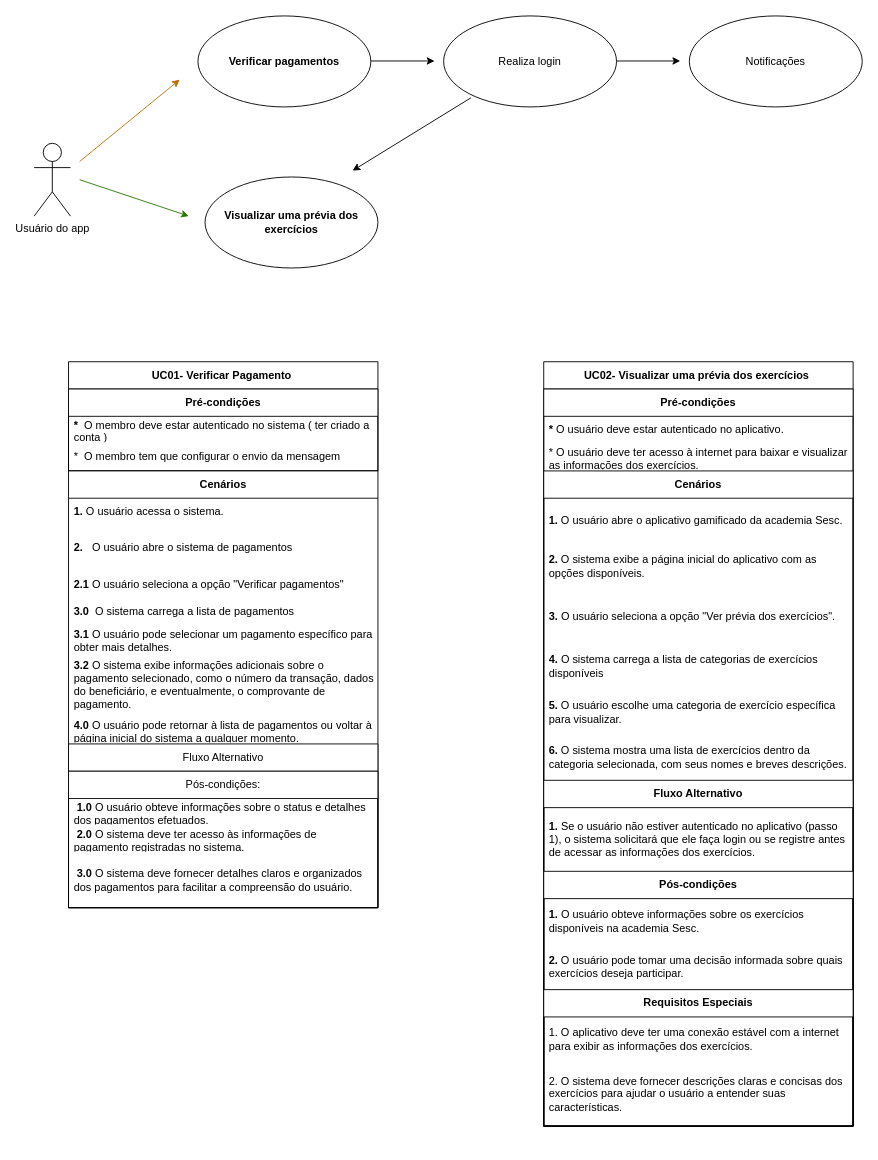
AndyPdN/cadastro_academia keeps this draw.io diagram as Diagrama sem nome.drawio. Above is the earlier version. Source tidied: cells renumbered, new cells numbered last; positions are measured from the earlier drawing's top-left corner, leaving out a move shared by most shapes. Both pictures are drawn from the tidied source at 91%, with x=0, y=0 at pixel (34, 15).
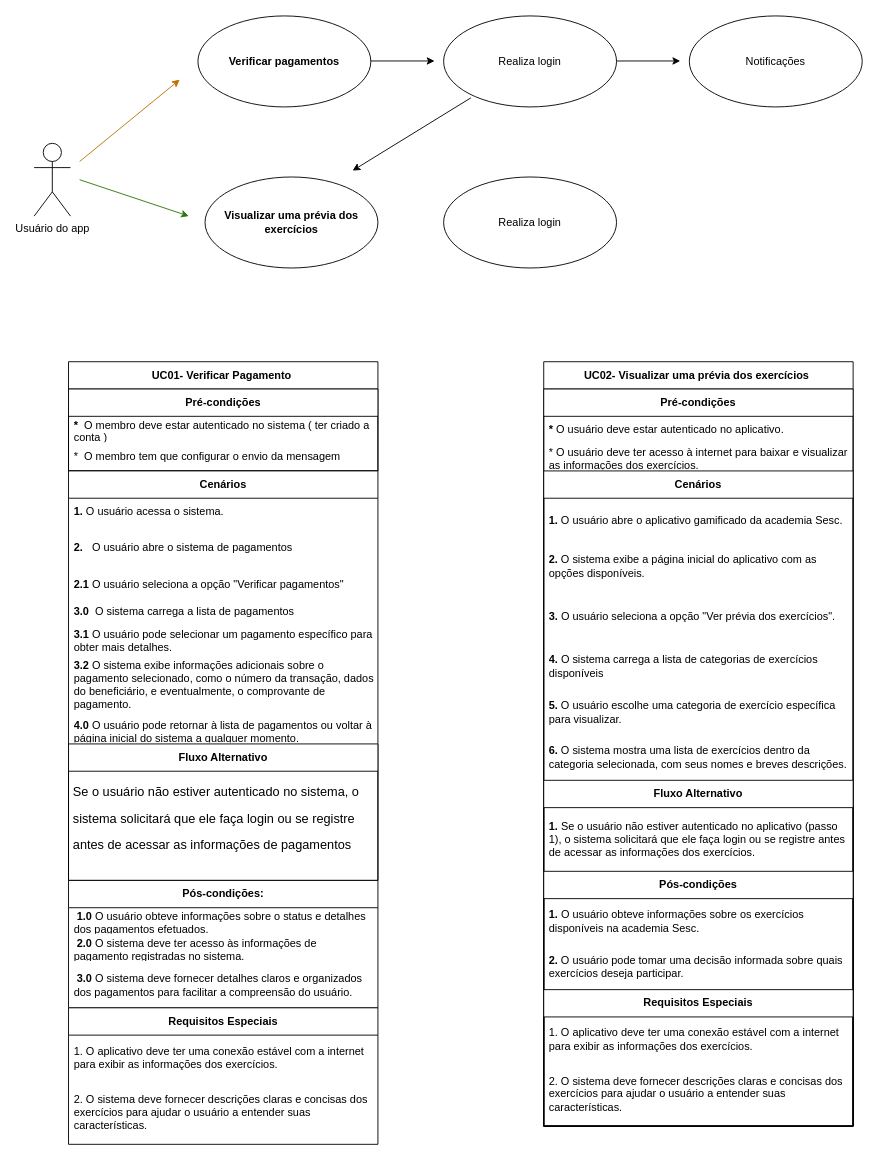
Above is the later version.

What changed in the source:
```diff
@@
     <mxCell id="33" value="&lt;b style=&quot;border-color: var(--border-color); text-align: left;&quot;&gt;Cenários&lt;/b&gt;" style="swimlane;fontStyle=0;horizontal=1;startSize=30;whiteSpace=wrap;html=1;" parent="1" vertex="1">
-      <mxGeometry x="37.8" y="500" width="340" height="480" as="geometry" />
+      <mxGeometry x="37.8" y="500" width="340" height="450" as="geometry" />
     </mxCell>
@@
-    <mxCell id="41" value="Fluxo Alternativo" style="swimlane;fontStyle=0;horizontal=1;startSize=30;whiteSpace=wrap;html=1;" parent="33" vertex="1">
-      <mxGeometry y="300" width="340" height="180" as="geometry" />
+    <mxCell id="41" value="&lt;b&gt;Fluxo Alternativo&lt;/b&gt;" style="swimlane;fontStyle=0;horizontal=1;startSize=30;whiteSpace=wrap;html=1;" parent="33" vertex="1">
+      <mxGeometry y="300" width="340" height="150" as="geometry" />
     </mxCell>
+    <mxCell id="48" value="&lt;h1&gt;&lt;span style=&quot;font-weight: normal;&quot;&gt;&lt;font style=&quot;font-size: 14px;&quot;&gt;Se o usuário não estiver autenticado no sistema, o sistema solicitará que ele faça login ou se registre antes de acessar as informações de pagamentos&lt;/font&gt;&lt;/span&gt;&lt;br&gt;&lt;/h1&gt;" style="text;html=1;strokeColor=none;fillColor=none;spacing=5;spacingTop=-20;whiteSpace=wrap;overflow=hidden;rounded=0;" parent="41" vertex="1">
+      <mxGeometry y="30" width="340" height="120" as="geometry" />
+    </mxCell>
+    <mxCell id="46" value="&lt;b style=&quot;border-color: var(--border-color);&quot;&gt;Visualizar uma prévia dos exercícios&lt;/b&gt;" style="ellipse;whiteSpace=wrap;html=1;" parent="1" vertex="1">
+      <mxGeometry x="187.8" y="177" width="190" height="100" as="geometry" />
+    </mxCell>
+    <mxCell id="47" style="endArrow=classic;html=1;rounded=0;" parent="1" edge="1">
+      <mxGeometry relative="1" as="geometry">
+        <mxPoint x="480" y="90" as="sourcePoint" />
+        <mxPoint x="350" y="170" as="targetPoint" />
+      </mxGeometry>
+    </mxCell>
-    <mxCell id="42" value="Pós-condições:&lt;br&gt;" style="swimlane;fontStyle=0;horizontal=1;startSize=30;whiteSpace=wrap;html=1;" parent="41" vertex="1">
-      <mxGeometry y="30" width="340" height="150" as="geometry" />
+    <mxCell id="42" value="&lt;b&gt;Pós-condições:&lt;/b&gt;" style="swimlane;fontStyle=0;horizontal=1;startSize=30;whiteSpace=wrap;html=1;" parent="1" vertex="1">
+      <mxGeometry x="37.8" y="950" width="340" height="140" as="geometry" />
     </mxCell>
@@
     <mxCell id="45" value="&amp;nbsp;&lt;b&gt;3.0 &lt;/b&gt;O sistema deve fornecer detalhes claros e organizados dos pagamentos para facilitar a compreensão do usuário." style="text;strokeColor=none;fillColor=none;align=left;verticalAlign=middle;spacingLeft=4;spacingRight=4;overflow=hidden;whiteSpace=wrap;html=1;" parent="42" vertex="1">
-      <mxGeometry y="90" width="340" height="60" as="geometry" />
+      <mxGeometry y="90" width="340" height="50" as="geometry" />
     </mxCell>
-    <mxCell id="46" value="&lt;b style=&quot;border-color: var(--border-color);&quot;&gt;Visualizar uma prévia dos exercícios&lt;/b&gt;" style="ellipse;whiteSpace=wrap;html=1;" parent="1" vertex="1">
-      <mxGeometry x="187.8" y="177" width="190" height="100" as="geometry" />
-    </mxCell>
-    <mxCell id="47" style="endArrow=classic;html=1;rounded=0;" parent="1" edge="1">
-      <mxGeometry relative="1" as="geometry">
-        <mxPoint x="480" y="90" as="sourcePoint" />
-        <mxPoint x="350" y="170" as="targetPoint" />
-      </mxGeometry>
-    </mxCell>
+    <mxCell id="49" value="Realiza login" style="ellipse;whiteSpace=wrap;html=1;" parent="1" vertex="1">
+      <mxGeometry x="450" y="177" width="190" height="100" as="geometry" />
+    </mxCell>
+    <mxCell id="50" value="&lt;b&gt;Requisitos Especiais&lt;/b&gt;" style="swimlane;fontStyle=0;horizontal=1;startSize=30;whiteSpace=wrap;html=1;" parent="1" vertex="1">
+      <mxGeometry x="37.8" y="1090" width="340" height="150" as="geometry" />
+    </mxCell>
+    <mxCell id="51" value="1.&amp;nbsp;O aplicativo deve ter uma conexão estável com a internet para exibir as informações dos exercícios." style="text;strokeColor=none;fillColor=none;align=left;verticalAlign=middle;spacingLeft=4;spacingRight=4;overflow=hidden;whiteSpace=wrap;html=1;" parent="50" vertex="1">
+      <mxGeometry y="30" width="340" height="50" as="geometry" />
+    </mxCell>
+    <mxCell id="52" value="2.&amp;nbsp;O sistema deve fornecer descrições claras e concisas dos exercícios para ajudar o usuário a entender suas características." style="text;strokeColor=none;fillColor=none;align=left;verticalAlign=middle;spacingLeft=4;spacingRight=4;overflow=hidden;whiteSpace=wrap;html=1;" parent="50" vertex="1">
+      <mxGeometry y="80" width="340" height="70" as="geometry" />
+    </mxCell>
```
